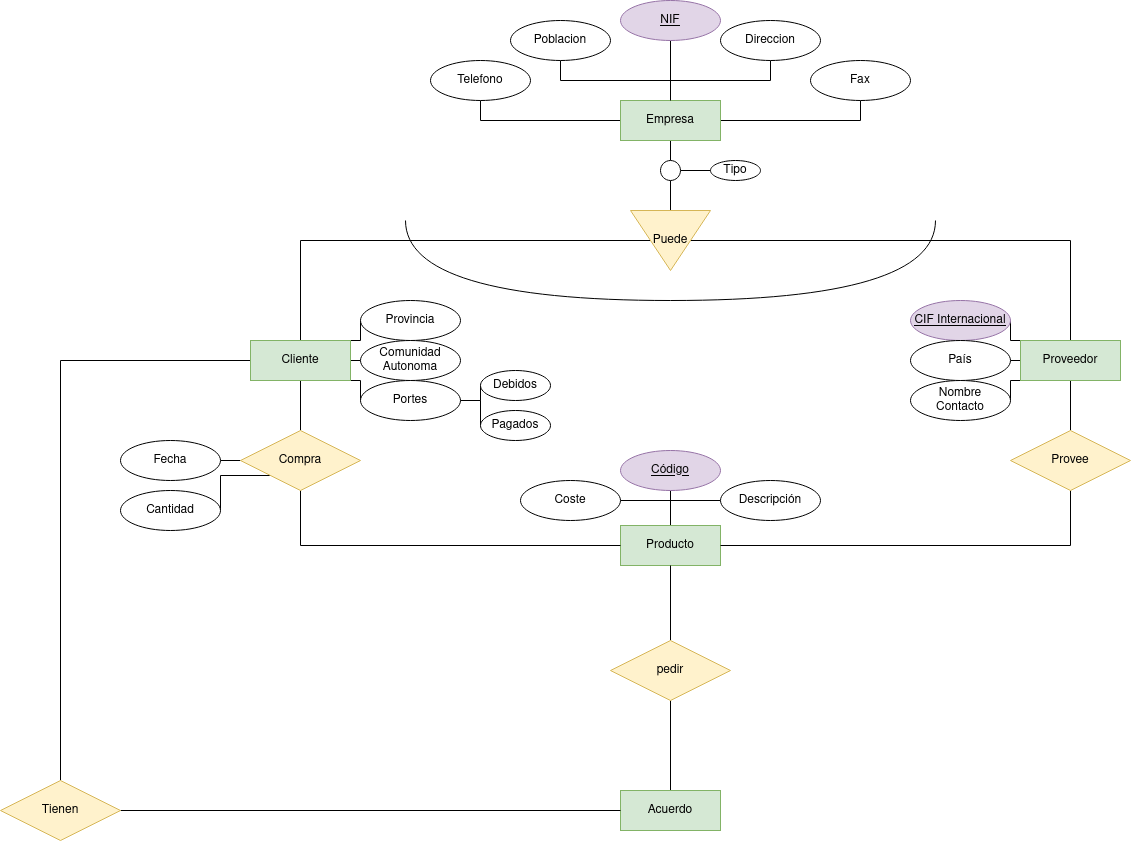
This is Unidad-1/Tareas/Tarea-evaluable4/tarea4.drawio.png from jdrguez/2-Daw, a draw.io export, as it was before one commit. Source tidied: cells renumbered, new cells last; positions are measured from the earlier drawing's top-left corner, leaving out a move shared by most shapes.
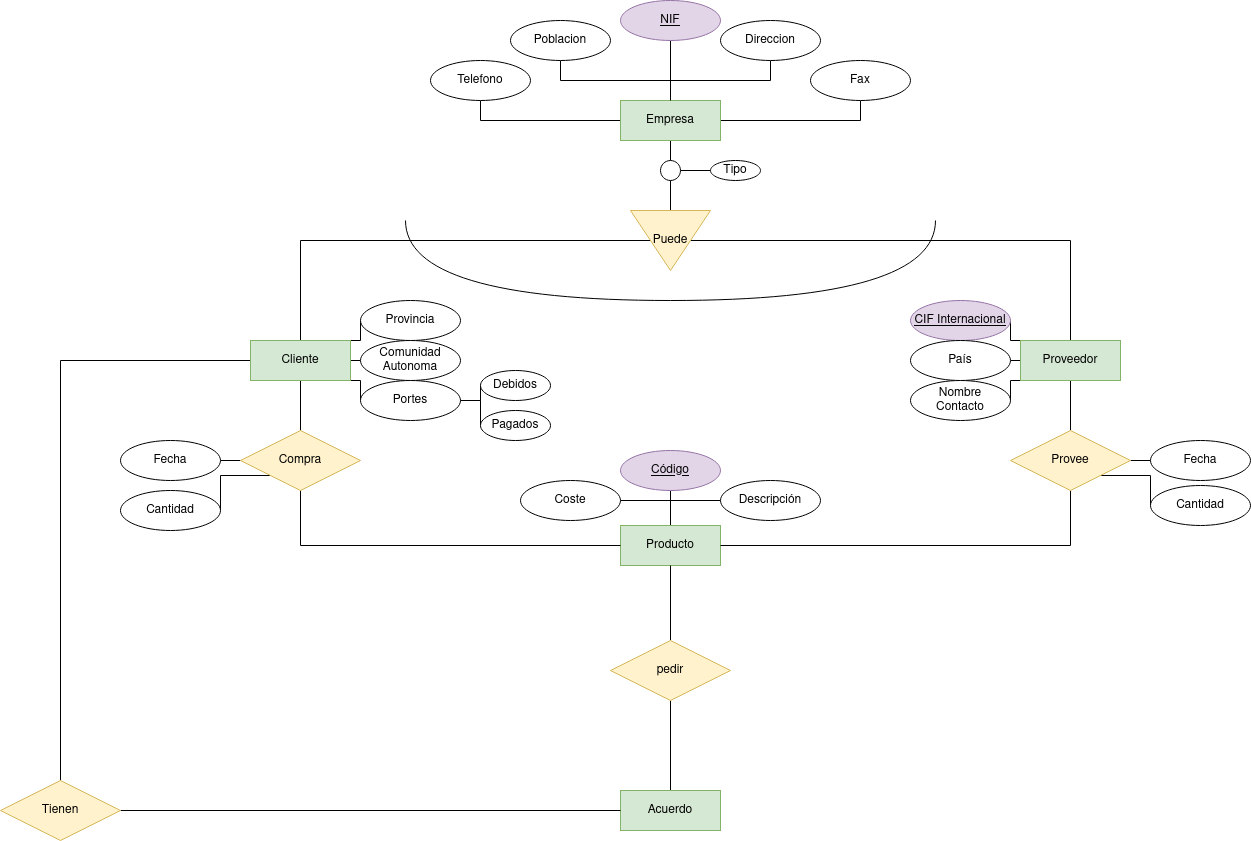
Above is the later version.

The edit, as a diff of the source:
```diff
@@ -98,6 +98,12 @@
     <mxCell id="33" style="edgeStyle=orthogonalEdgeStyle;rounded=0;jettySize=auto;html=1;exitX=0.5;exitY=1;exitDx=0;exitDy=0;entryX=1;entryY=0.5;entryDx=0;entryDy=0;endArrow=none;endFill=0;" parent="1" edge="1" source="34" target="28">
       <mxGeometry relative="1" as="geometry" />
     </mxCell>
+    <mxCell id="64" style="edgeStyle=orthogonalEdgeStyle;rounded=0;jettySize=auto;html=1;exitX=1;exitY=0.5;exitDx=0;exitDy=0;entryX=0;entryY=0.5;entryDx=0;entryDy=0;endArrow=none;endFill=0;" parent="1" edge="1" source="34" target="66">
+      <mxGeometry relative="1" as="geometry" />
+    </mxCell>
+    <mxCell id="65" style="edgeStyle=orthogonalEdgeStyle;rounded=0;jettySize=auto;html=1;exitX=1;exitY=1;exitDx=0;exitDy=0;entryX=0;entryY=0.5;entryDx=0;entryDy=0;endArrow=none;endFill=0;" parent="1" edge="1" source="34" target="67">
+      <mxGeometry relative="1" as="geometry" />
+    </mxCell>
     <mxCell id="34" value="Provee" style="shape=rhombus;perimeter=rhombusPerimeter;whiteSpace=wrap;html=1;align=center;fillColor=#fff2cc;strokeColor=#d6b656;" parent="1" vertex="1">
       <mxGeometry x="1010" y="430" width="120" height="60" as="geometry" />
     </mxCell>
@@ -188,5 +194,11 @@
     <mxCell id="63" value="Tipo" style="ellipse;whiteSpace=wrap;html=1;align=center;" parent="1" vertex="1">
       <mxGeometry x="710" y="160" width="50" height="20" as="geometry" />
     </mxCell>
+    <mxCell id="66" value="Fecha" style="ellipse;whiteSpace=wrap;html=1;align=center;" parent="1" vertex="1">
+      <mxGeometry x="1150" y="440" width="100" height="40" as="geometry" />
+    </mxCell>
+    <mxCell id="67" value="Cantidad" style="ellipse;whiteSpace=wrap;html=1;align=center;" parent="1" vertex="1">
+      <mxGeometry x="1150" y="485" width="100" height="40" as="geometry" />
+    </mxCell>
   </root>
 </mxGraphModel>
```
